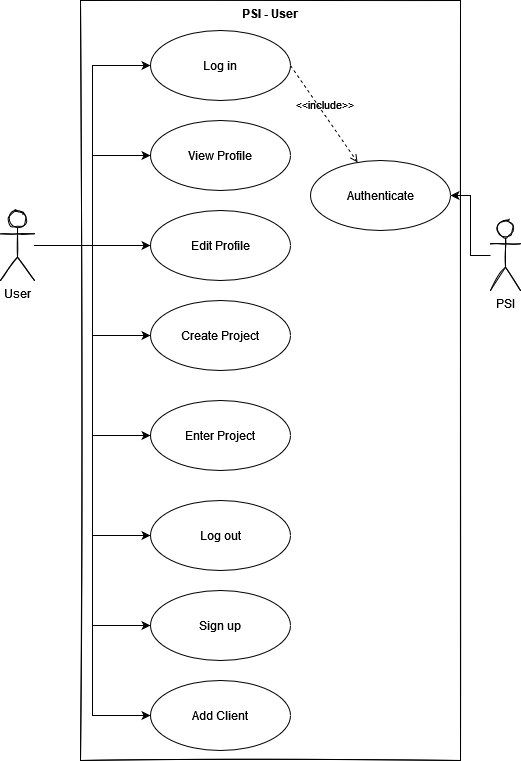
Earlier version of the draw.io export Final Diagrams/Use Case Diagrams/User use case.png (KevinHoxhalli/Group4). Source tidied: cells renumbered, new cells last; positions are measured from the earlier drawing's top-left corner, leaving out a move shared by most shapes.
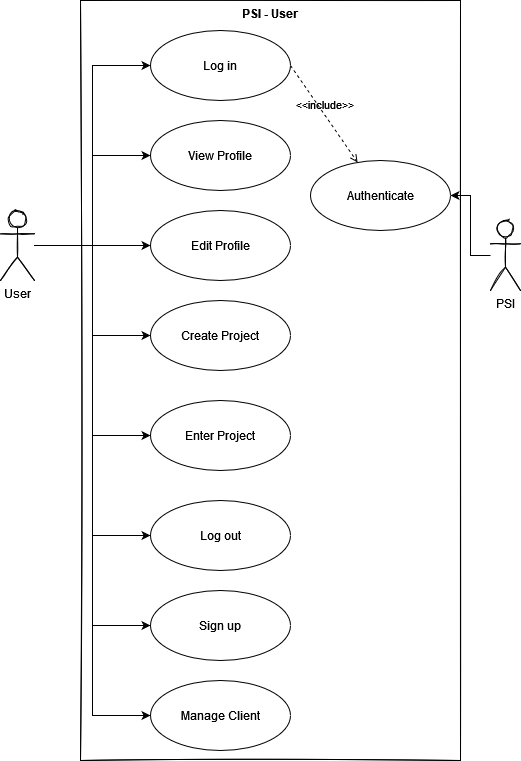
After the commit.

Commit message:
update user use case

Diff of the diagram source:
```diff
@@ -74,7 +74,7 @@
     <mxCell id="23" value="Sign up" style="ellipse;whiteSpace=wrap;html=1;" parent="1" vertex="1">
       <mxGeometry x="150" y="590" width="140" height="70" as="geometry" />
     </mxCell>
-    <mxCell id="24" value="Add Client" style="ellipse;whiteSpace=wrap;html=1;" parent="1" vertex="1">
+    <mxCell id="24" value="Manage Client" style="ellipse;whiteSpace=wrap;html=1;" parent="1" vertex="1">
       <mxGeometry x="150" y="680" width="140" height="70" as="geometry" />
     </mxCell>
   </root>
```
